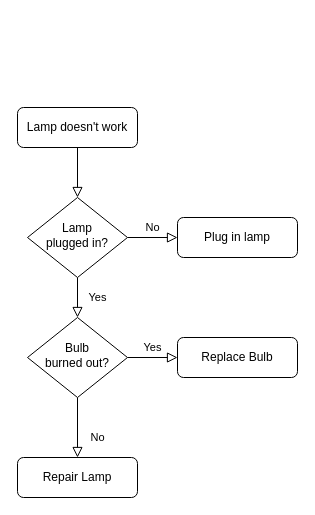
Before: Untitled Diagram.drawio in oggyne259/hehe, a draw.io diagram. Source tidied: cells renumbered, new cells numbered last; positions are measured from the earlier drawing's top-left corner, leaving out a move shared by most shapes. Both pictures are drawn from the tidied source at 100%, with x=0, y=0 at pixel (17, 107).
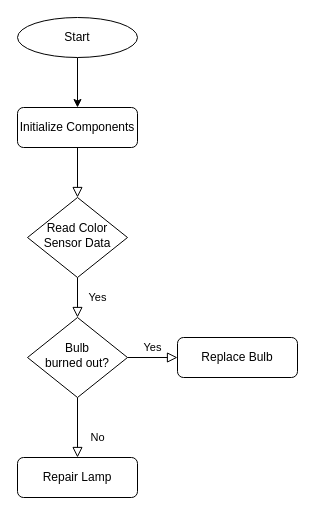
After the change.

The edit, as a diff of the source:
```diff
@@
 <mxGraphModel>
   <root>
     <mxCell id="0" />
     <mxCell id="1" parent="0" />
     <mxCell id="2" style="rounded=0;html=1;jettySize=auto;fontSize=11;endArrow=block;endFill=0;endSize=8;strokeWidth=1;shadow=0;labelBackgroundColor=none;edgeStyle=orthogonalEdgeStyle;" parent="1" edge="1" source="3" target="6">
       <mxGeometry relative="1" as="geometry" />
     </mxCell>
-    <mxCell id="3" value="Lamp doesn't work" style="rounded=1;whiteSpace=wrap;html=1;fontSize=12;glass=0;strokeWidth=1;shadow=0;" parent="1" vertex="1">
+    <mxCell id="3" value="Initialize Components" style="rounded=1;whiteSpace=wrap;html=1;fontSize=12;glass=0;strokeWidth=1;shadow=0;" parent="1" vertex="1">
       <mxGeometry width="120" height="40" as="geometry" />
     </mxCell>
     <mxCell id="4" value="Yes" style="rounded=0;html=1;jettySize=auto;fontSize=11;endArrow=block;endFill=0;endSize=8;strokeWidth=1;shadow=0;labelBackgroundColor=none;edgeStyle=orthogonalEdgeStyle;" parent="1" edge="1" source="6" target="10">
       <mxGeometry y="20" relative="1" as="geometry" />
     </mxCell>
-    <mxCell id="5" value="No" style="edgeStyle=orthogonalEdgeStyle;rounded=0;html=1;jettySize=auto;fontSize=11;endArrow=block;endFill=0;endSize=8;strokeWidth=1;shadow=0;labelBackgroundColor=none;" parent="1" edge="1" source="6" target="7">
-      <mxGeometry y="10" relative="1" as="geometry" />
-    </mxCell>
-    <mxCell id="6" value="Lamp&lt;br&gt;plugged in?" style="rhombus;whiteSpace=wrap;html=1;shadow=0;fontFamily=Helvetica;fontSize=12;align=center;strokeWidth=1;spacing=6;spacingTop=-4;" parent="1" vertex="1">
+    <mxCell id="6" value="&lt;p data-pm-slice=&quot;1 1 [&amp;quot;ordered_list&amp;quot;,{&amp;quot;spread&amp;quot;:false,&amp;quot;startingNumber&amp;quot;:1,&amp;quot;start&amp;quot;:54,&amp;quot;end&amp;quot;:913},&amp;quot;regular_list_item&amp;quot;,{&amp;quot;start&amp;quot;:173,&amp;quot;end&amp;quot;:249}]&quot;&gt;Read Color Sensor Data&lt;/p&gt;" style="rhombus;whiteSpace=wrap;html=1;shadow=0;fontFamily=Helvetica;fontSize=12;align=center;strokeWidth=1;spacing=6;spacingTop=-4;" parent="1" vertex="1">
       <mxGeometry x="10" y="90" width="100" height="80" as="geometry" />
     </mxCell>
-    <mxCell id="7" value="Plug in lamp" style="rounded=1;whiteSpace=wrap;html=1;fontSize=12;glass=0;strokeWidth=1;shadow=0;" parent="1" vertex="1">
-      <mxGeometry x="160" y="110" width="120" height="40" as="geometry" />
-    </mxCell>
     <mxCell id="8" value="No" style="rounded=0;html=1;jettySize=auto;fontSize=11;endArrow=block;endFill=0;endSize=8;strokeWidth=1;shadow=0;labelBackgroundColor=none;edgeStyle=orthogonalEdgeStyle;" parent="1" edge="1" source="10" target="11">
       <mxGeometry x="0.33" y="20" relative="1" as="geometry" />
     </mxCell>
     <mxCell id="9" value="Yes" style="edgeStyle=orthogonalEdgeStyle;rounded=0;html=1;jettySize=auto;fontSize=11;endArrow=block;endFill=0;endSize=8;strokeWidth=1;shadow=0;labelBackgroundColor=none;" parent="1" edge="1" source="10" target="12">
       <mxGeometry y="10" relative="1" as="geometry" />
     </mxCell>
     <mxCell id="10" value="Bulb&lt;br&gt;burned out?" style="rhombus;whiteSpace=wrap;html=1;shadow=0;fontFamily=Helvetica;fontSize=12;align=center;strokeWidth=1;spacing=6;spacingTop=-4;" parent="1" vertex="1">
       <mxGeometry x="10" y="210" width="100" height="80" as="geometry" />
     </mxCell>
     <mxCell id="11" value="Repair Lamp" style="rounded=1;whiteSpace=wrap;html=1;fontSize=12;glass=0;strokeWidth=1;shadow=0;" parent="1" vertex="1">
       <mxGeometry y="350" width="120" height="40" as="geometry" />
     </mxCell>
     <mxCell id="12" value="Replace Bulb" style="rounded=1;whiteSpace=wrap;html=1;fontSize=12;glass=0;strokeWidth=1;shadow=0;" parent="1" vertex="1">
       <mxGeometry x="160" y="230" width="120" height="40" as="geometry" />
     </mxCell>
+    <mxCell id="13" style="edgeStyle=orthogonalEdgeStyle;rounded=0;jettySize=auto;html=1;" parent="1" edge="1" source="14" target="3">
+      <mxGeometry relative="1" as="geometry" />
+    </mxCell>
+    <mxCell id="14" value="Start" style="ellipse;whiteSpace=wrap;html=1;" parent="1" vertex="1">
+      <mxGeometry y="-90" width="120" height="40" as="geometry" />
+    </mxCell>
   </root>
 </mxGraphModel>
```
